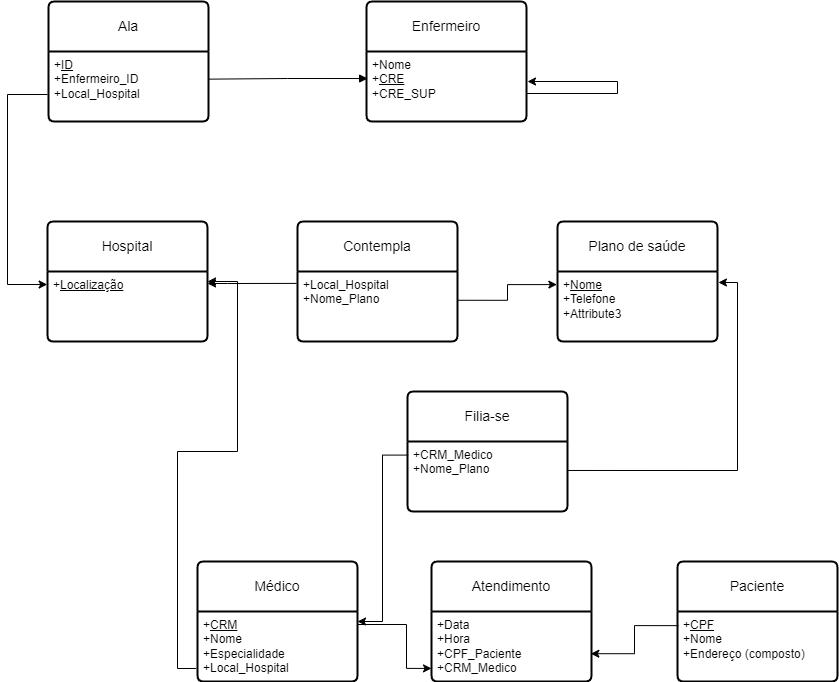
VitorFonseca123/ExerciciosACH2004_BD keeps this draw.io diagram as esquema logico exerc1.drawio.png. Above is the earlier version. Source tidied: cells renumbered, new cells last; positions are measured from the earlier drawing's top-left corner, leaving out a move shared by most shapes.
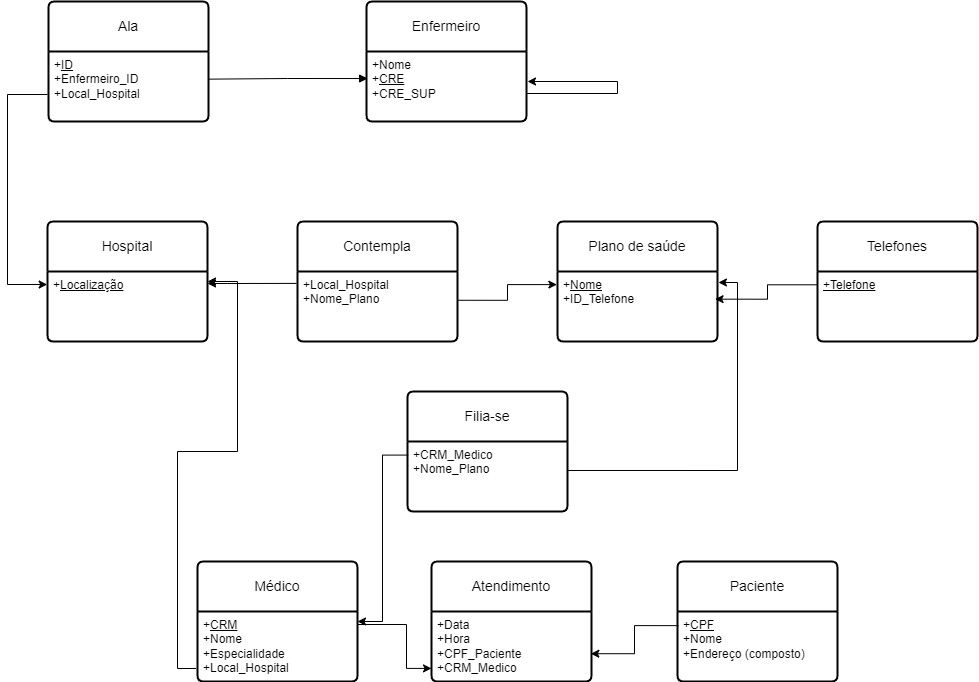
Above is the later version.

Commit message:
Adiciona telefone como multivalorado

What changed in the source:
```diff
@@ -23,7 +23,7 @@
     <mxCell id="8" value="Plano de saúde" style="swimlane;horizontal=1;startSize=50;rounded=1;fontSize=14;fontStyle=0;strokeWidth=2;shadow=0;dashed=0;align=center;arcSize=4;whiteSpace=wrap;html=1;" parent="1" vertex="1">
       <mxGeometry x="550" y="220" width="160" height="120" as="geometry" />
     </mxCell>
-    <mxCell id="9" value="+&lt;u&gt;Nome&lt;/u&gt;&lt;br&gt;+Telefone&lt;br&gt;+Attribute3" style="align=left;strokeColor=none;fillColor=none;spacingLeft=4;fontSize=12;verticalAlign=top;html=1;" parent="8" vertex="1">
+    <mxCell id="9" value="+&lt;u&gt;Nome&lt;/u&gt;&lt;br&gt;+ID_Telefone" style="align=left;strokeColor=none;fillColor=none;spacingLeft=4;fontSize=12;verticalAlign=top;html=1;" parent="8" vertex="1">
       <mxGeometry y="50" width="160" height="70" as="geometry" />
     </mxCell>
     <mxCell id="10" value="Médico" style="swimlane;horizontal=1;startSize=50;rounded=1;fontSize=14;fontStyle=0;strokeWidth=2;shadow=0;dashed=0;align=center;arcSize=4;whiteSpace=wrap;html=1;" parent="1" vertex="1">
@@ -127,5 +127,14 @@
     <mxCell id="31" style="edgeStyle=orthogonalEdgeStyle;rounded=0;jettySize=auto;html=1;exitX=1.004;exitY=0.414;exitDx=0;exitDy=0;entryX=1.006;entryY=0.157;entryDx=0;entryDy=0;entryPerimeter=0;exitPerimeter=0;" parent="1" edge="1" source="29" target="9">
       <mxGeometry relative="1" as="geometry" />
     </mxCell>
+    <mxCell id="32" value="Telefones" style="swimlane;horizontal=1;startSize=50;rounded=1;fontSize=14;fontStyle=0;strokeWidth=2;shadow=0;dashed=0;align=center;arcSize=4;whiteSpace=wrap;html=1;" parent="1" vertex="1">
+      <mxGeometry x="810" y="220" width="160" height="120" as="geometry" />
+    </mxCell>
+    <mxCell id="33" value="&lt;u&gt;+Telefone&lt;/u&gt;" style="align=left;strokeColor=none;fillColor=none;spacingLeft=4;fontSize=12;verticalAlign=top;html=1;" parent="32" vertex="1">
+      <mxGeometry y="50" width="160" height="70" as="geometry" />
+    </mxCell>
+    <mxCell id="34" style="edgeStyle=orthogonalEdgeStyle;rounded=0;jettySize=auto;html=1;exitX=-0.002;exitY=0.19;exitDx=0;exitDy=0;entryX=0.985;entryY=0.395;entryDx=0;entryDy=0;entryPerimeter=0;exitPerimeter=0;" parent="1" edge="1" source="33" target="9">
+      <mxGeometry relative="1" as="geometry" />
+    </mxCell>
   </root>
 </mxGraphModel>
```
